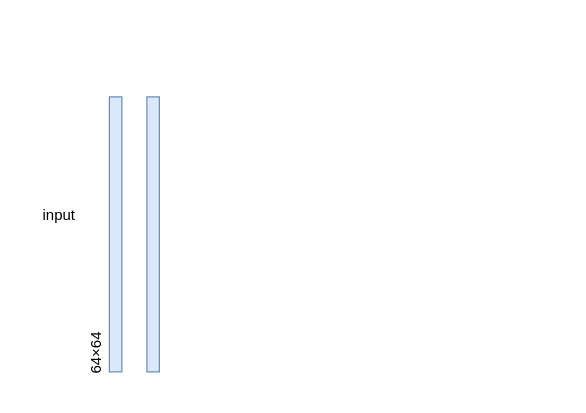
ppposition/Machine_Learn_discussion keeps this draw.io diagram as unet.drawio. Above is the earlier version. Source tidied: cells renumbered, new cells numbered last; positions are measured from the earlier drawing's top-left corner, leaving out a move shared by most shapes. Both pictures are drawn from the tidied source at 125%, with x=0, y=0 at pixel (21, 96).
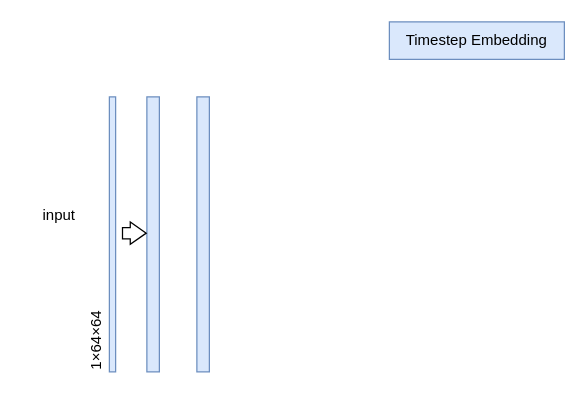
After the change.

Change to the diagram source:
```diff
@@
 <mxGraphModel>
   <root>
     <mxCell id="0" />
     <mxCell id="1" parent="0" />
     <mxCell id="2" style="rounded=0;whiteSpace=wrap;html=1;fillColor=#dae8fc;strokeColor=#6c8ebf;" parent="1" vertex="1">
-      <mxGeometry x="70" width="10" height="220" as="geometry" />
+      <mxGeometry x="70" width="5" height="220" as="geometry" />
     </mxCell>
     <mxCell id="3" value="input" style="text;html=1;align=center;verticalAlign=middle;whiteSpace=wrap;rounded=0;rotation=0;" parent="1" vertex="1">
       <mxGeometry y="80" width="60" height="30" as="geometry" />
     </mxCell>
     <mxCell id="4" style="rounded=0;whiteSpace=wrap;html=1;fillColor=#dae8fc;strokeColor=#6c8ebf;" parent="1" vertex="1">
       <mxGeometry x="100" width="10" height="220" as="geometry" />
     </mxCell>
-    <mxCell id="5" value="64×64" style="text;html=1;align=center;verticalAlign=middle;whiteSpace=wrap;rounded=0;rotation=270;" parent="1" vertex="1">
-      <mxGeometry x="30" y="190" width="60" height="30" as="geometry" />
+    <mxCell id="5" value="1×64×64" style="text;html=1;align=center;verticalAlign=middle;whiteSpace=wrap;rounded=0;rotation=270;" parent="1" vertex="1">
+      <mxGeometry x="30" y="180" width="60" height="30" as="geometry" />
     </mxCell>
+    <mxCell id="6" style="rounded=0;whiteSpace=wrap;html=1;fillColor=#dae8fc;strokeColor=#6c8ebf;" parent="1" vertex="1">
+      <mxGeometry x="140" width="10" height="220" as="geometry" />
+    </mxCell>
+    <mxCell id="7" style="shape=flexArrow;endArrow=classic;html=1;rounded=0;width=9;endSize=3.93;endWidth=8;" parent="1" edge="1">
+      <mxGeometry relative="1" as="geometry">
+        <mxPoint x="80" y="109" as="sourcePoint" />
+        <mxPoint x="100" y="109" as="targetPoint" />
+      </mxGeometry>
+    </mxCell>
+    <mxCell id="8" value="Timestep Embedding" style="text;html=1;align=center;verticalAlign=middle;whiteSpace=wrap;rounded=0;fillColor=#dae8fc;strokeColor=#6c8ebf;" parent="1" vertex="1">
+      <mxGeometry x="294" y="-60" width="140" height="30" as="geometry" />
+    </mxCell>
   </root>
 </mxGraphModel>
```
